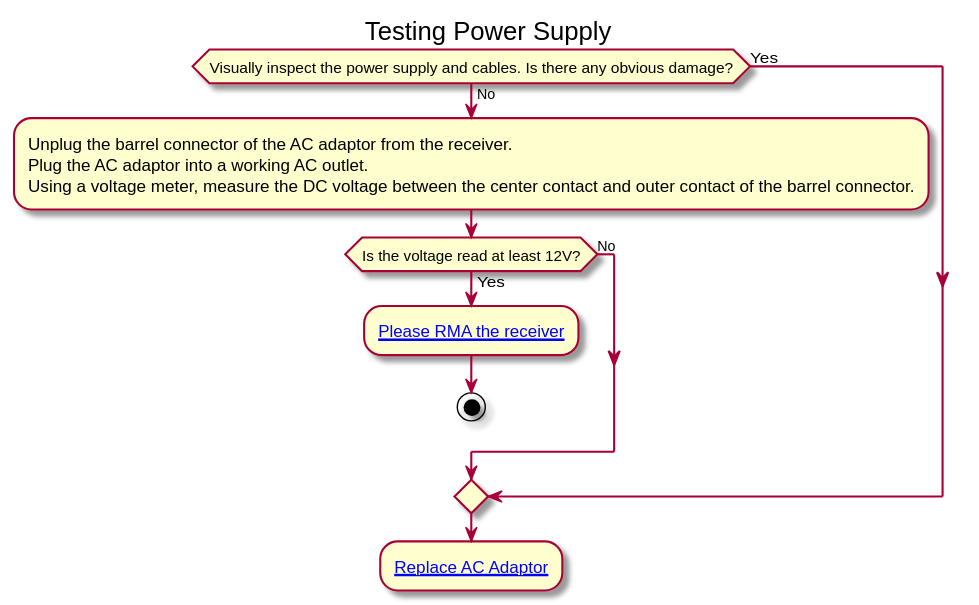
This is docs/powersupply.svg from rfhero/rfhero.github.io, a PlantUML export, as it was before one commit. Its diagram source:
```plantuml
@startuml
title Testing Power Supply
if (Visually inspect the power supply and cables.  Is there any obvious damage?) then (Yes)
else (No)
    :Unplug the barrel connector of the AC adaptor from the receiver.\nPlug the AC adaptor into a working AC outlet.\nUsing a voltage meter, measure the DC voltage between the center contact and outer contact of the barrel connector.;
    if (Is the voltage read at least 12V?) then (Yes)
        :[[http://rfhero.com/request-rma.php{Click here to go to the RMA page.}Please RMA the receiver]];
        stop
    else (No)
    endif
endif
:[[https://www.rfhero.net/accessories Replace AC Adaptor]];
@enduml
```
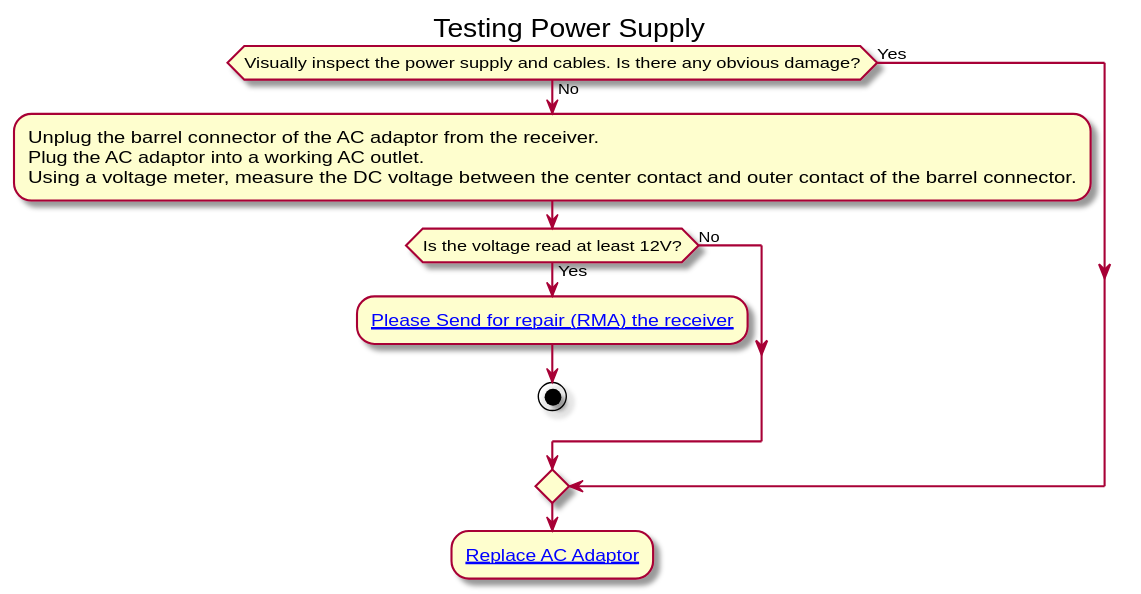
Later version of the same file.

What changed in the source:
```diff
@@ -4,7 +4,7 @@
 else (No)
     :Unplug the barrel connector of the AC adaptor from the receiver.\nPlug the AC adaptor into a working AC outlet.\nUsing a voltage meter, measure the DC voltage between the center contact and outer contact of the barrel connector.;
     if (Is the voltage read at least 12V?) then (Yes)
-        :[[http://rfhero.com/request-rma.php{Click here to go to the RMA page.}Please RMA the receiver]];
+        :[[http://rfhero.com/request-rma.php{Click here to go to the Send for repair (RMA) page.}Please Send for repair (RMA) the receiver]];
         stop
     else (No)
     endif
```
